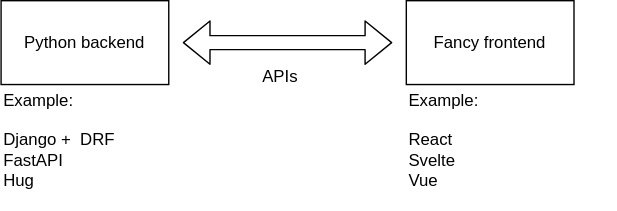
sheenarbw/pres-2024-escconf-playwright keeps this draw.io diagram as images/fullstack1.drawio.svg. Above is the earlier version. Source tidied: cells renumbered, new cells last; positions are measured from the earlier drawing's top-left corner, leaving out a move shared by most shapes. Its diagram source:
```xml
<mxGraphModel>
  <root>
    <mxCell id="0" />
    <mxCell id="1" parent="0" />
    <mxCell id="2" value="Python backend" style="rounded=0;whiteSpace=wrap;html=1;" parent="1" vertex="1">
      <mxGeometry width="120" height="60" as="geometry" />
    </mxCell>
    <mxCell id="3" value="Fancy frontend" style="rounded=0;whiteSpace=wrap;html=1;" parent="1" vertex="1">
      <mxGeometry x="290" width="120" height="60" as="geometry" />
    </mxCell>
    <mxCell id="4" style="shape=flexArrow;endArrow=classic;startArrow=classic;html=1;" parent="1" edge="1">
      <mxGeometry relative="1" as="geometry">
        <mxPoint x="130" y="30" as="sourcePoint" />
        <mxPoint x="280" y="30" as="targetPoint" />
      </mxGeometry>
    </mxCell>
    <mxCell id="5" value="APIs" style="text;html=1;strokeColor=none;fillColor=none;align=center;verticalAlign=middle;whiteSpace=wrap;rounded=0;" parent="1" vertex="1">
      <mxGeometry x="170" y="40" width="60" height="30" as="geometry" />
    </mxCell>
    <mxCell id="6" value="Example:&lt;br&gt;&lt;br&gt;Django +&amp;nbsp; DRF&lt;br&gt;FastAPI&lt;br&gt;Hug" style="text;html=1;strokeColor=none;fillColor=none;align=left;verticalAlign=middle;whiteSpace=wrap;rounded=0;" parent="1" vertex="1">
      <mxGeometry y="50" width="150" height="100" as="geometry" />
    </mxCell>
    <mxCell id="7" value="Example:&lt;br&gt;&lt;br&gt;React&lt;br&gt;Svelte&lt;br&gt;Vue" style="text;html=1;strokeColor=none;fillColor=none;align=left;verticalAlign=middle;whiteSpace=wrap;rounded=0;" parent="1" vertex="1">
      <mxGeometry x="290" y="50" width="150" height="100" as="geometry" />
    </mxCell>
  </root>
</mxGraphModel>
```
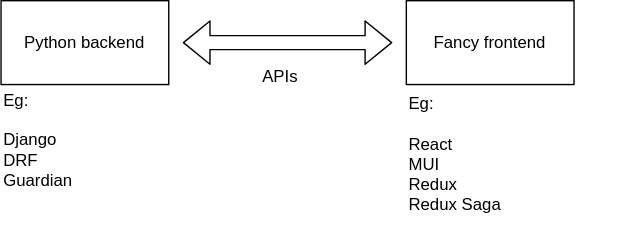
Above is the later version.

Diff of the diagram source:
```diff
@@ -17,11 +17,11 @@
     <mxCell id="5" value="APIs" style="text;html=1;strokeColor=none;fillColor=none;align=center;verticalAlign=middle;whiteSpace=wrap;rounded=0;" parent="1" vertex="1">
       <mxGeometry x="170" y="40" width="60" height="30" as="geometry" />
     </mxCell>
-    <mxCell id="6" value="Example:&lt;br&gt;&lt;br&gt;Django +&amp;nbsp; DRF&lt;br&gt;FastAPI&lt;br&gt;Hug" style="text;html=1;strokeColor=none;fillColor=none;align=left;verticalAlign=middle;whiteSpace=wrap;rounded=0;" parent="1" vertex="1">
+    <mxCell id="6" value="Eg:&lt;br&gt;&lt;br&gt;Django&lt;br&gt;DRF&lt;br&gt;Guardian" style="text;html=1;strokeColor=none;fillColor=none;align=left;verticalAlign=middle;whiteSpace=wrap;rounded=0;" parent="1" vertex="1">
       <mxGeometry y="50" width="150" height="100" as="geometry" />
     </mxCell>
-    <mxCell id="7" value="Example:&lt;br&gt;&lt;br&gt;React&lt;br&gt;Svelte&lt;br&gt;Vue" style="text;html=1;strokeColor=none;fillColor=none;align=left;verticalAlign=middle;whiteSpace=wrap;rounded=0;" parent="1" vertex="1">
-      <mxGeometry x="290" y="50" width="150" height="100" as="geometry" />
+    <mxCell id="7" value="Eg:&lt;br&gt;&lt;br&gt;React&lt;br&gt;MUI&lt;br&gt;Redux&lt;br&gt;Redux Saga" style="text;html=1;strokeColor=none;fillColor=none;align=left;verticalAlign=middle;whiteSpace=wrap;rounded=0;" parent="1" vertex="1">
+      <mxGeometry x="290" y="60" width="150" height="100" as="geometry" />
     </mxCell>
   </root>
 </mxGraphModel>
```
